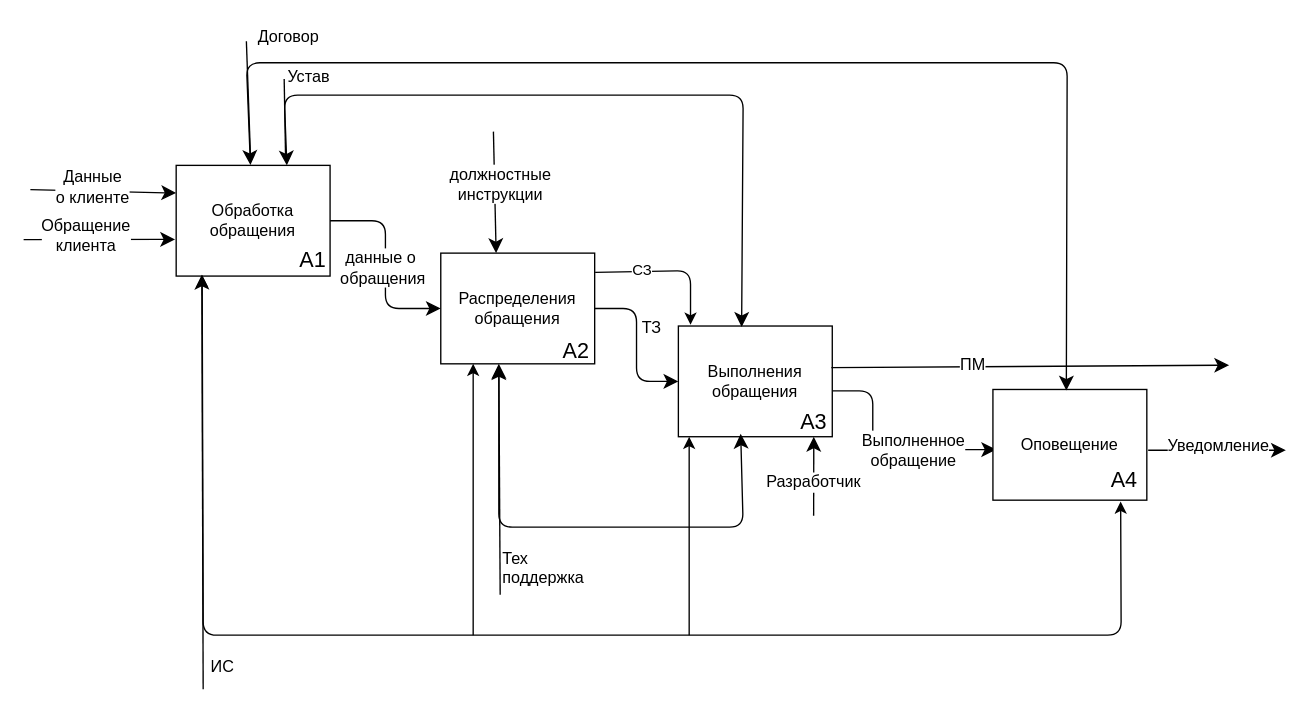
semenovMaksWeb/biti keeps this draw.io diagram as page "to-be деком" (4 of 4) of ДИПЛОМ/Новая папка/idef0.drawio. Above is the earlier version. Source tidied: cells renumbered, new cells numbered last; positions are measured from the earlier drawing's top-left corner, leaving out a move shared by most shapes. Both pictures are drawn from the tidied source at 135%, with x=0, y=0 at pixel (23, 40).
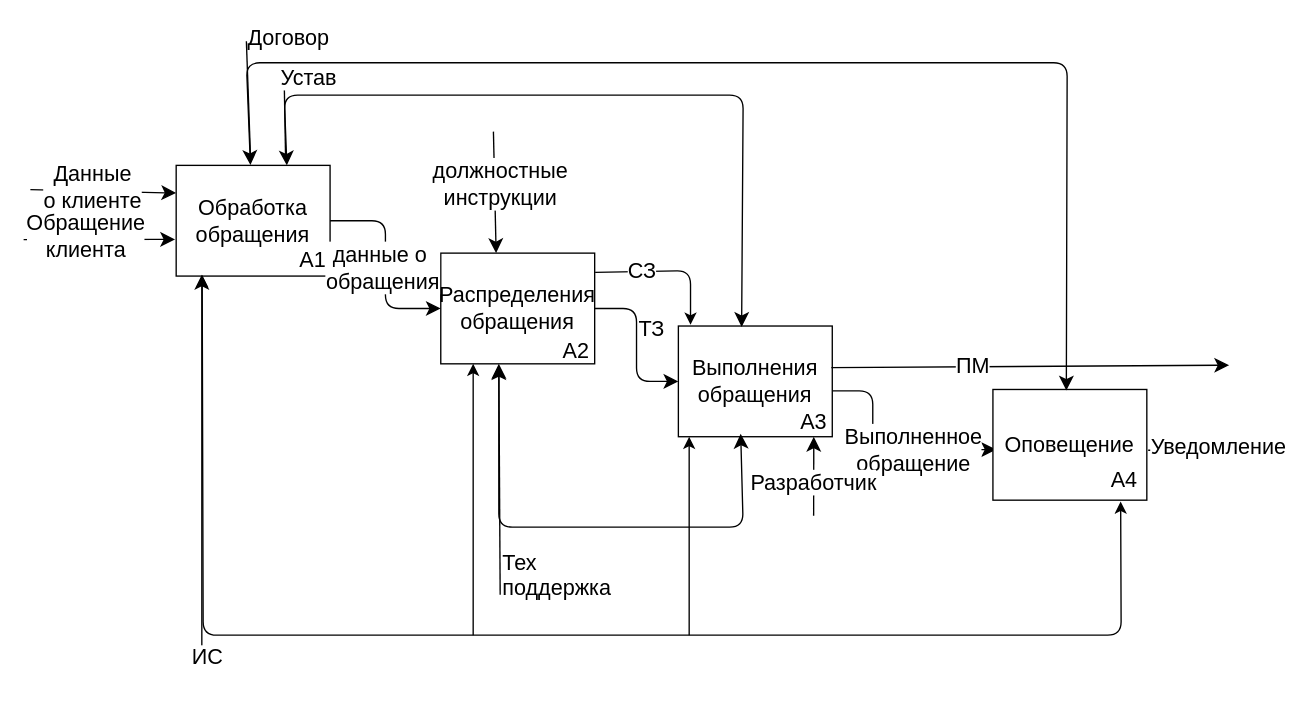
After the change.

Change to the diagram source:
```diff
@@
-    <mxCell id="2" value="Обработка&lt;br&gt;обращения" style="rounded=0;whiteSpace=wrap;html=1;" parent="1" vertex="1">
+    <mxCell id="2" value="Обработка&lt;br&gt;обращения" style="rounded=0;whiteSpace=wrap;html=1;fontSize=16;" parent="1" vertex="1">
       <mxGeometry x="113" y="92" width="114" height="82" as="geometry" />
     </mxCell>
@@
-    <mxCell id="4" style="endArrow=classic;html=1;rounded=0;fontSize=12;startSize=8;endSize=8;curved=1;entryX=0;entryY=0.25;entryDx=0;entryDy=0;" parent="1" edge="1" target="2">
+    <mxCell id="4" style="endArrow=classic;html=1;rounded=0;fontSize=16;startSize=8;endSize=8;curved=1;entryX=0;entryY=0.25;entryDx=0;entryDy=0;" parent="1" edge="1" target="2">
       <mxGeometry relative="1" as="geometry">
         <mxPoint x="5" y="110" as="sourcePoint" />
       </mxGeometry>
     </mxCell>
-    <mxCell id="5" value="Данные&lt;br&gt;о клиенте" style="edgeLabel;html=1;align=center;verticalAlign=middle;fontSize=12;" parent="4" vertex="1">
+    <mxCell id="5" value="Данные&lt;br&gt;о клиенте" style="edgeLabel;html=1;align=center;verticalAlign=middle;fontSize=16;" parent="4" vertex="1">
       <mxGeometry x="-0.36" y="3" relative="1" as="geometry">
         <mxPoint x="10" as="offset" />
       </mxGeometry>
     </mxCell>
-    <mxCell id="6" style="endArrow=classic;html=1;rounded=0;fontSize=12;startSize=8;endSize=8;curved=1;entryX=-0.007;entryY=0.669;entryDx=0;entryDy=0;entryPerimeter=0;" parent="1" edge="1" target="2">
+    <mxCell id="6" style="endArrow=classic;html=1;rounded=0;fontSize=16;startSize=8;endSize=8;curved=1;entryX=-0.007;entryY=0.669;entryDx=0;entryDy=0;entryPerimeter=0;" parent="1" edge="1" target="2">
       <mxGeometry relative="1" as="geometry">
         <mxPoint y="147" as="sourcePoint" />
       </mxGeometry>
     </mxCell>
-    <mxCell id="7" value="Обращение&lt;br&gt;клиента" style="edgeLabel;html=1;align=center;verticalAlign=middle;fontSize=12;" parent="6" vertex="1">
+    <mxCell id="7" value="Обращение&lt;br&gt;клиента" style="edgeLabel;html=1;align=center;verticalAlign=middle;fontSize=16;" parent="6" vertex="1">
       <mxGeometry x="-0.36" y="3" relative="1" as="geometry">
         <mxPoint x="10" as="offset" />
       </mxGeometry>
     </mxCell>
-    <mxCell id="8" style="edgeStyle=orthogonalEdgeStyle;rounded=1;jettySize=auto;html=1;entryX=0;entryY=0.5;entryDx=0;entryDy=0;fontSize=12;startSize=8;endSize=8;" parent="1" edge="1" source="10" target="16">
+    <mxCell id="8" style="edgeStyle=orthogonalEdgeStyle;rounded=1;jettySize=auto;html=1;entryX=0;entryY=0.5;entryDx=0;entryDy=0;fontSize=16;startSize=8;endSize=8;" parent="1" edge="1" source="10" target="16">
       <mxGeometry relative="1" as="geometry" />
     </mxCell>
-    <mxCell id="9" value="ТЗ" style="edgeLabel;html=1;align=center;verticalAlign=middle;fontSize=12;" parent="8" vertex="1">
+    <mxCell id="9" value="ТЗ" style="edgeLabel;html=1;align=center;verticalAlign=middle;fontSize=16;" parent="8" vertex="1">
       <mxGeometry x="-0.27" relative="1" as="geometry">
         <mxPoint x="10" y="3" as="offset" />
       </mxGeometry>
     </mxCell>
-    <mxCell id="10" value="Распределения&lt;br&gt;обращения" style="rounded=0;whiteSpace=wrap;html=1;" parent="1" vertex="1">
+    <mxCell id="10" value="Распределения&lt;br&gt;обращения" style="rounded=0;whiteSpace=wrap;html=1;fontSize=16;" parent="1" vertex="1">
       <mxGeometry x="309" y="157" width="114" height="82" as="geometry" />
     </mxCell>
@@
-    <mxCell id="12" style="edgeStyle=orthogonalEdgeStyle;rounded=1;jettySize=auto;html=1;entryX=0;entryY=0.5;entryDx=0;entryDy=0;fontSize=12;startSize=8;endSize=8;curved=0;" parent="1" edge="1" source="2" target="10">
+    <mxCell id="12" style="edgeStyle=orthogonalEdgeStyle;rounded=1;jettySize=auto;html=1;entryX=0;entryY=0.5;entryDx=0;entryDy=0;fontSize=16;startSize=8;endSize=8;curved=0;" parent="1" edge="1" source="2" target="10">
       <mxGeometry relative="1" as="geometry" />
     </mxCell>
-    <mxCell id="13" value="данные о&amp;nbsp;&lt;br&gt;обращения" style="edgeLabel;html=1;align=center;verticalAlign=middle;fontSize=12;" parent="12" vertex="1">
+    <mxCell id="13" value="данные о&amp;nbsp;&lt;br&gt;обращения" style="edgeLabel;html=1;align=center;verticalAlign=middle;fontSize=16;" parent="12" vertex="1">
       <mxGeometry x="-0.31" y="-3" relative="1" as="geometry">
         <mxPoint y="24" as="offset" />
       </mxGeometry>
     </mxCell>
-    <mxCell id="14" style="edgeStyle=orthogonalEdgeStyle;rounded=1;orthogonalLoop=1;jettySize=auto;html=1;fontSize=12;startSize=8;endSize=8;entryX=0.021;entryY=0.652;entryDx=0;entryDy=0;entryPerimeter=0;" parent="1" edge="1">
+    <mxCell id="14" style="edgeStyle=orthogonalEdgeStyle;rounded=1;orthogonalLoop=1;jettySize=auto;html=1;fontSize=16;startSize=8;endSize=8;entryX=0.021;entryY=0.652;entryDx=0;entryDy=0;entryPerimeter=0;" parent="1" edge="1">
       <mxGeometry relative="1" as="geometry">
         <mxPoint x="599" y="259" as="sourcePoint" />
         <mxPoint x="720.4" y="302.5" as="targetPoint" />
         <Array as="points">
           <mxPoint x="629" y="259" />
           <mxPoint x="629" y="302" />
         </Array>
       </mxGeometry>
     </mxCell>
-    <mxCell id="15" value="Выполненное&lt;br&gt;обращение" style="edgeLabel;html=1;align=center;verticalAlign=middle;fontSize=12;" parent="14" vertex="1">
+    <mxCell id="15" value="Выполненное&lt;br&gt;обращение" style="edgeLabel;html=1;align=center;verticalAlign=middle;fontSize=16;" parent="14" vertex="1">
       <mxGeometry x="-0.2" y="-3" relative="1" as="geometry">
         <mxPoint x="32" y="7" as="offset" />
       </mxGeometry>
     </mxCell>
-    <mxCell id="16" value="Выполнения&lt;br&gt;обращения" style="rounded=0;whiteSpace=wrap;html=1;" parent="1" vertex="1">
+    <mxCell id="16" value="Выполнения&lt;br&gt;обращения" style="rounded=0;whiteSpace=wrap;html=1;fontSize=16;" parent="1" vertex="1">
       <mxGeometry x="485" y="211" width="114" height="82" as="geometry" />
     </mxCell>
@@
-    <mxCell id="18" style="edgeStyle=none;curved=1;rounded=0;orthogonalLoop=1;jettySize=auto;html=1;exitX=1;exitY=0.75;exitDx=0;exitDy=0;fontSize=12;startSize=8;endSize=8;" parent="1" edge="1">
+    <mxCell id="18" style="edgeStyle=none;curved=1;rounded=0;orthogonalLoop=1;jettySize=auto;html=1;exitX=1;exitY=0.75;exitDx=0;exitDy=0;fontSize=16;startSize=8;endSize=8;" parent="1" edge="1">
       <mxGeometry relative="1" as="geometry">
         <mxPoint x="833" y="303" as="sourcePoint" />
         <mxPoint x="935" y="303" as="targetPoint" />
       </mxGeometry>
     </mxCell>
-    <mxCell id="19" value="Уведомление" style="edgeLabel;html=1;align=center;verticalAlign=middle;fontSize=12;" parent="18" vertex="1">
+    <mxCell id="19" value="Уведомление" style="edgeLabel;html=1;align=center;verticalAlign=middle;fontSize=16;" parent="18" vertex="1">
       <mxGeometry x="0.03" y="4" relative="1" as="geometry">
         <mxPoint x="-2" as="offset" />
       </mxGeometry>
     </mxCell>
-    <mxCell id="20" value="Оповещение" style="rounded=0;whiteSpace=wrap;html=1;" parent="1" vertex="1">
+    <mxCell id="20" value="Оповещение" style="rounded=0;whiteSpace=wrap;html=1;fontSize=16;" parent="1" vertex="1">
       <mxGeometry x="718" y="258" width="114" height="82" as="geometry" />
     </mxCell>
@@
-    <mxCell id="22" style="endArrow=classic;html=1;rounded=0;fontSize=12;startSize=8;endSize=8;curved=1;exitX=0.994;exitY=0.376;exitDx=0;exitDy=0;exitPerimeter=0;" parent="1" edge="1" source="16">
+    <mxCell id="22" style="endArrow=classic;html=1;rounded=0;fontSize=16;startSize=8;endSize=8;curved=1;exitX=0.994;exitY=0.376;exitDx=0;exitDy=0;exitPerimeter=0;" parent="1" edge="1" source="16">
       <mxGeometry relative="1" as="geometry">
         <mxPoint x="893" y="240" as="targetPoint" />
       </mxGeometry>
     </mxCell>
-    <mxCell id="23" value="ПМ" style="edgeLabel;html=1;align=center;verticalAlign=middle;fontSize=12;" parent="22" vertex="1">
+    <mxCell id="23" value="ПМ" style="edgeLabel;html=1;align=center;verticalAlign=middle;fontSize=16;" parent="22" vertex="1">
       <mxGeometry x="-0.36" y="3" relative="1" as="geometry">
         <mxPoint x="10" y="1" as="offset" />
       </mxGeometry>
     </mxCell>
-    <mxCell id="24" style="endArrow=classic;startArrow=classic;html=1;rounded=1;fontSize=12;startSize=8;endSize=8;curved=0;exitX=0.5;exitY=0;exitDx=0;exitDy=0;entryX=0.477;entryY=0.01;entryDx=0;entryDy=0;entryPerimeter=0;" parent="1" edge="1" target="20">
+    <mxCell id="24" style="endArrow=classic;startArrow=classic;html=1;rounded=1;fontSize=16;startSize=8;endSize=8;curved=0;exitX=0.5;exitY=0;exitDx=0;exitDy=0;entryX=0.477;entryY=0.01;entryDx=0;entryDy=0;entryPerimeter=0;" parent="1" edge="1" target="20">
       <mxGeometry relative="1" as="geometry">
         <mxPoint x="168" y="91.7" as="sourcePoint" />
         <Array as="points">
           <mxPoint x="165" y="16" />
           <mxPoint x="773" y="16" />
         </Array>
       </mxGeometry>
     </mxCell>
-    <mxCell id="25" value="Договор" style="edgeLabel;html=1;align=center;verticalAlign=middle;fontSize=12;" parent="24" vertex="1">
+    <mxCell id="25" value="Договор" style="edgeLabel;html=1;align=center;verticalAlign=middle;fontSize=16;" parent="24" vertex="1">
       <mxGeometry x="-0.1" y="-1" relative="1" as="geometry">
         <mxPoint x="-311" y="-21" as="offset" />
       </mxGeometry>
     </mxCell>
-    <mxCell id="26" style="endArrow=none;html=1;rounded=0;fontSize=12;startSize=8;endSize=8;curved=1;" parent="1" edge="1">
+    <mxCell id="26" style="endArrow=none;html=1;rounded=0;fontSize=16;startSize=8;endSize=8;curved=1;" parent="1" edge="1">
       <mxGeometry relative="1" as="geometry">
         <mxPoint x="168" y="84" as="sourcePoint" />
         <mxPoint x="165" as="targetPoint" />
       </mxGeometry>
     </mxCell>
-    <mxCell id="27" style="endArrow=classic;startArrow=classic;html=1;rounded=1;fontSize=12;startSize=8;endSize=8;curved=0;exitX=0.405;exitY=0.974;exitDx=0;exitDy=0;exitPerimeter=0;" parent="1" edge="1" source="16">
+    <mxCell id="27" style="endArrow=classic;startArrow=classic;html=1;rounded=1;fontSize=16;startSize=8;endSize=8;curved=0;exitX=0.405;exitY=0.974;exitDx=0;exitDy=0;exitPerimeter=0;" parent="1" edge="1" source="16">
       <mxGeometry relative="1" as="geometry">
         <mxPoint x="352" y="240" as="targetPoint" />
         <Array as="points">
           <mxPoint x="533" y="360" />
           <mxPoint x="352" y="360" />
         </Array>
       </mxGeometry>
     </mxCell>
-    <mxCell id="28" style="endArrow=classic;html=1;rounded=0;fontSize=12;startSize=8;endSize=8;curved=1;entryX=0.422;entryY=0.98;entryDx=0;entryDy=0;entryPerimeter=0;" parent="1" edge="1">
+    <mxCell id="28" style="endArrow=classic;html=1;rounded=0;fontSize=16;startSize=8;endSize=8;curved=1;entryX=0.422;entryY=0.98;entryDx=0;entryDy=0;entryPerimeter=0;" parent="1" edge="1">
       <mxGeometry relative="1" as="geometry">
         <mxPoint x="585.2" y="351.6" as="sourcePoint" />
         <mxPoint x="585.3" y="293" as="targetPoint" />
       </mxGeometry>
     </mxCell>
-    <mxCell id="29" value="Разработчик" style="edgeLabel;html=1;align=center;verticalAlign=middle;fontSize=12;" parent="28" vertex="1">
+    <mxCell id="29" value="Разработчик" style="edgeLabel;html=1;align=center;verticalAlign=middle;fontSize=16;" parent="28" vertex="1">
       <mxGeometry x="-0.09" y="1" relative="1" as="geometry">
         <mxPoint y="2" as="offset" />
       </mxGeometry>
     </mxCell>
-    <mxCell id="30" style="endArrow=classic;html=1;rounded=0;fontSize=12;startSize=8;endSize=8;curved=1;exitX=0;exitY=1;exitDx=0;exitDy=0;" parent="1" edge="1" source="36">
+    <mxCell id="30" style="endArrow=classic;html=1;rounded=0;fontSize=16;startSize=8;endSize=8;curved=1;exitX=0;exitY=1;exitDx=0;exitDy=0;" parent="1" edge="1" source="36">
       <mxGeometry relative="1" as="geometry">
         <mxPoint x="352" y="239" as="targetPoint" />
       </mxGeometry>
     </mxCell>
-    <mxCell id="31" style="endArrow=classic;html=1;rounded=0;fontSize=12;startSize=8;endSize=8;curved=1;" parent="1" edge="1">
+    <mxCell id="31" style="endArrow=classic;html=1;rounded=0;fontSize=16;startSize=8;endSize=8;curved=1;" parent="1" edge="1">
       <mxGeometry relative="1" as="geometry">
         <mxPoint x="348" y="67" as="sourcePoint" />
         <mxPoint x="350" y="157" as="targetPoint" />
       </mxGeometry>
     </mxCell>
-    <mxCell id="32" value="должностные&lt;div&gt;инструкции&lt;/div&gt;" style="edgeLabel;html=1;align=center;verticalAlign=middle;fontSize=12;" parent="31" vertex="1">
+    <mxCell id="32" value="должностные&lt;div&gt;инструкции&lt;/div&gt;" style="edgeLabel;html=1;align=center;verticalAlign=middle;fontSize=16;" parent="31" vertex="1">
       <mxGeometry x="-0.25" relative="1" as="geometry">
         <mxPoint x="4" y="5" as="offset" />
       </mxGeometry>
     </mxCell>
-    <mxCell id="33" style="endArrow=classic;startArrow=classic;html=1;rounded=1;fontSize=12;startSize=8;endSize=8;curved=0;entryX=0.411;entryY=0.008;entryDx=0;entryDy=0;entryPerimeter=0;" parent="1" edge="1" target="16">
+    <mxCell id="33" style="endArrow=classic;startArrow=classic;html=1;rounded=1;fontSize=16;startSize=8;endSize=8;curved=0;entryX=0.411;entryY=0.008;entryDx=0;entryDy=0;entryPerimeter=0;" parent="1" edge="1" target="16">
       <mxGeometry relative="1" as="geometry">
         <mxPoint x="195" y="92" as="sourcePoint" />
         <Array as="points">
           <mxPoint x="193" y="40" />
           <mxPoint x="363" y="40" />
           <mxPoint x="533" y="40" />
         </Array>
       </mxGeometry>
     </mxCell>
-    <mxCell id="34" style="endArrow=none;html=1;rounded=0;fontSize=12;startSize=8;endSize=8;curved=1;" parent="1" edge="1">
+    <mxCell id="34" style="endArrow=none;html=1;rounded=0;fontSize=16;startSize=8;endSize=8;curved=1;" parent="1" edge="1">
       <mxGeometry relative="1" as="geometry">
         <mxPoint x="194" y="84" as="sourcePoint" />
         <mxPoint x="193" y="28" as="targetPoint" />
       </mxGeometry>
     </mxCell>
-    <mxCell id="35" value="Устав" style="edgeLabel;html=1;align=center;verticalAlign=middle;fontSize=12;" parent="34" vertex="1">
+    <mxCell id="35" value="Устав" style="edgeLabel;html=1;align=center;verticalAlign=middle;fontSize=16;" parent="34" vertex="1">
       <mxGeometry x="0.77" y="1" relative="1" as="geometry">
         <mxPoint x="18" y="-8" as="offset" />
       </mxGeometry>
     </mxCell>
-    <mxCell id="36" value="&lt;span style=&quot;color: rgb(0, 0, 0); font-family: Helvetica; font-size: 12px; font-style: normal; font-variant-ligatures: normal; font-variant-caps: normal; font-weight: 400; letter-spacing: normal; orphans: 2; text-align: center; text-indent: 0px; text-transform: none; white-space: nowrap; widows: 2; word-spacing: 0px; -webkit-text-stroke-width: 0px; background-color: rgb(255, 255, 255); text-decoration-thickness: initial; text-decoration-style: initial; text-decoration-color: initial; display: inline !important; float: none;&quot;&gt;Тех&lt;/span&gt;&lt;div style=&quot;forced-color-adjust: none; color: rgb(0, 0, 0); font-family: Helvetica; font-size: 12px; font-style: normal; font-variant-ligatures: normal; font-variant-caps: normal; font-weight: 400; letter-spacing: normal; orphans: 2; text-align: center; text-indent: 0px; text-transform: none; white-space: nowrap; widows: 2; word-spacing: 0px; -webkit-text-stroke-width: 0px; text-decoration-thickness: initial; text-decoration-style: initial; text-decoration-color: initial;&quot;&gt;поддержка&lt;/div&gt;" style="text;whiteSpace=wrap;html=1;" parent="1" vertex="1">
+    <mxCell id="36" value="&lt;span style=&quot;color: rgb(0, 0, 0); font-family: Helvetica; font-style: normal; font-variant-ligatures: normal; font-variant-caps: normal; font-weight: 400; letter-spacing: normal; orphans: 2; text-align: center; text-indent: 0px; text-transform: none; white-space: nowrap; widows: 2; word-spacing: 0px; -webkit-text-stroke-width: 0px; background-color: rgb(255, 255, 255); text-decoration-thickness: initial; text-decoration-style: initial; text-decoration-color: initial; float: none; display: inline !important;&quot;&gt;Тех&lt;/span&gt;&lt;div style=&quot;forced-color-adjust: none; color: rgb(0, 0, 0); font-family: Helvetica; font-style: normal; font-variant-ligatures: normal; font-variant-caps: normal; font-weight: 400; letter-spacing: normal; orphans: 2; text-align: center; text-indent: 0px; text-transform: none; white-space: nowrap; widows: 2; word-spacing: 0px; -webkit-text-stroke-width: 0px; text-decoration-thickness: initial; text-decoration-style: initial; text-decoration-color: initial;&quot;&gt;поддержка&lt;/div&gt;" style="text;whiteSpace=wrap;html=1;fontSize=16;" parent="1" vertex="1">
       <mxGeometry x="353" y="370" width="70" height="40" as="geometry" />
     </mxCell>
-    <mxCell id="37" style="endArrow=classic;startArrow=classic;html=1;rounded=1;entryX=0.169;entryY=0.991;entryDx=0;entryDy=0;entryPerimeter=0;exitX=0.83;exitY=1.012;exitDx=0;exitDy=0;exitPerimeter=0;curved=0;" parent="1" edge="1" source="20" target="2">
+    <mxCell id="37" style="endArrow=classic;startArrow=classic;html=1;rounded=1;entryX=0.169;entryY=0.991;entryDx=0;entryDy=0;entryPerimeter=0;exitX=0.83;exitY=1.012;exitDx=0;exitDy=0;exitPerimeter=0;curved=0;fontSize=16;" parent="1" edge="1" source="20" target="2">
       <mxGeometry relative="1" as="geometry">
         <Array as="points">
           <mxPoint x="813" y="440" />
           <mxPoint x="133" y="440" />
         </Array>
       </mxGeometry>
     </mxCell>
-    <mxCell id="38" style="endArrow=classic;html=1;rounded=0;fontSize=12;startSize=8;endSize=8;curved=1;" parent="1" edge="1">
+    <mxCell id="38" style="endArrow=classic;html=1;rounded=0;fontSize=16;startSize=8;endSize=8;curved=1;" parent="1" edge="1">
       <mxGeometry relative="1" as="geometry">
-        <mxPoint x="133" y="480" as="sourcePoint" />
+        <mxPoint x="132" y="460" as="sourcePoint" />
         <mxPoint x="132" y="173" as="targetPoint" />
       </mxGeometry>
     </mxCell>
-    <mxCell id="39" value="&lt;div style=&quot;text-align: center;&quot;&gt;&lt;span style=&quot;white-space: nowrap; background-color: rgb(255, 255, 255);&quot;&gt;ИС&lt;/span&gt;&lt;/div&gt;" style="text;whiteSpace=wrap;html=1;" parent="1" vertex="1">
-      <mxGeometry x="137" y="450" width="26" height="20" as="geometry" />
+    <mxCell id="39" value="&lt;div style=&quot;text-align: center;&quot;&gt;&lt;span style=&quot;white-space: nowrap; background-color: rgb(255, 255, 255);&quot;&gt;ИС&lt;/span&gt;&lt;/div&gt;" style="text;whiteSpace=wrap;html=1;fontSize=16;" parent="1" vertex="1">
+      <mxGeometry x="123" y="440" width="26" height="20" as="geometry" />
     </mxCell>
-    <mxCell id="40" style="endArrow=classic;html=1;rounded=0;" parent="1" edge="1">
+    <mxCell id="40" style="endArrow=classic;html=1;rounded=0;fontSize=16;" parent="1" edge="1">
       <mxGeometry relative="1" as="geometry">
         <mxPoint x="333" y="440" as="sourcePoint" />
         <mxPoint x="333" y="239" as="targetPoint" />
       </mxGeometry>
     </mxCell>
-    <mxCell id="41" style="endArrow=classic;html=1;rounded=0;" parent="1" edge="1">
+    <mxCell id="41" style="endArrow=classic;html=1;rounded=0;fontSize=16;" parent="1" edge="1">
       <mxGeometry relative="1" as="geometry">
         <mxPoint x="493" y="440" as="sourcePoint" />
         <mxPoint x="493" y="293" as="targetPoint" />
       </mxGeometry>
     </mxCell>
-    <mxCell id="42" style="endArrow=classic;html=1;rounded=1;curved=0;exitX=1.003;exitY=0.174;exitDx=0;exitDy=0;exitPerimeter=0;" parent="1" edge="1" source="10">
+    <mxCell id="42" style="endArrow=classic;html=1;rounded=1;curved=0;exitX=1.003;exitY=0.174;exitDx=0;exitDy=0;exitPerimeter=0;fontSize=16;" parent="1" edge="1" source="10">
       <mxGeometry relative="1" as="geometry">
         <mxPoint x="494" y="210" as="targetPoint" />
         <Array as="points">
           <mxPoint x="494" y="170" />
         </Array>
       </mxGeometry>
     </mxCell>
-    <mxCell id="43" value="СЗ" style="edgeLabel;html=1;align=center;verticalAlign=middle;" parent="42" vertex="1">
+    <mxCell id="43" value="СЗ" style="edgeLabel;html=1;align=center;verticalAlign=middle;fontSize=16;" parent="42" vertex="1">
       <mxGeometry x="-0.39" y="1" relative="1" as="geometry" />
     </mxCell>
+    <mxCell id="44" style="edgeStyle=none;curved=1;rounded=0;orthogonalLoop=1;jettySize=auto;html=1;exitX=0.25;exitY=1;exitDx=0;exitDy=0;fontSize=12;startSize=8;endSize=8;" parent="1" edge="1" source="39" target="39">
+      <mxGeometry relative="1" as="geometry" />
+    </mxCell>
```
